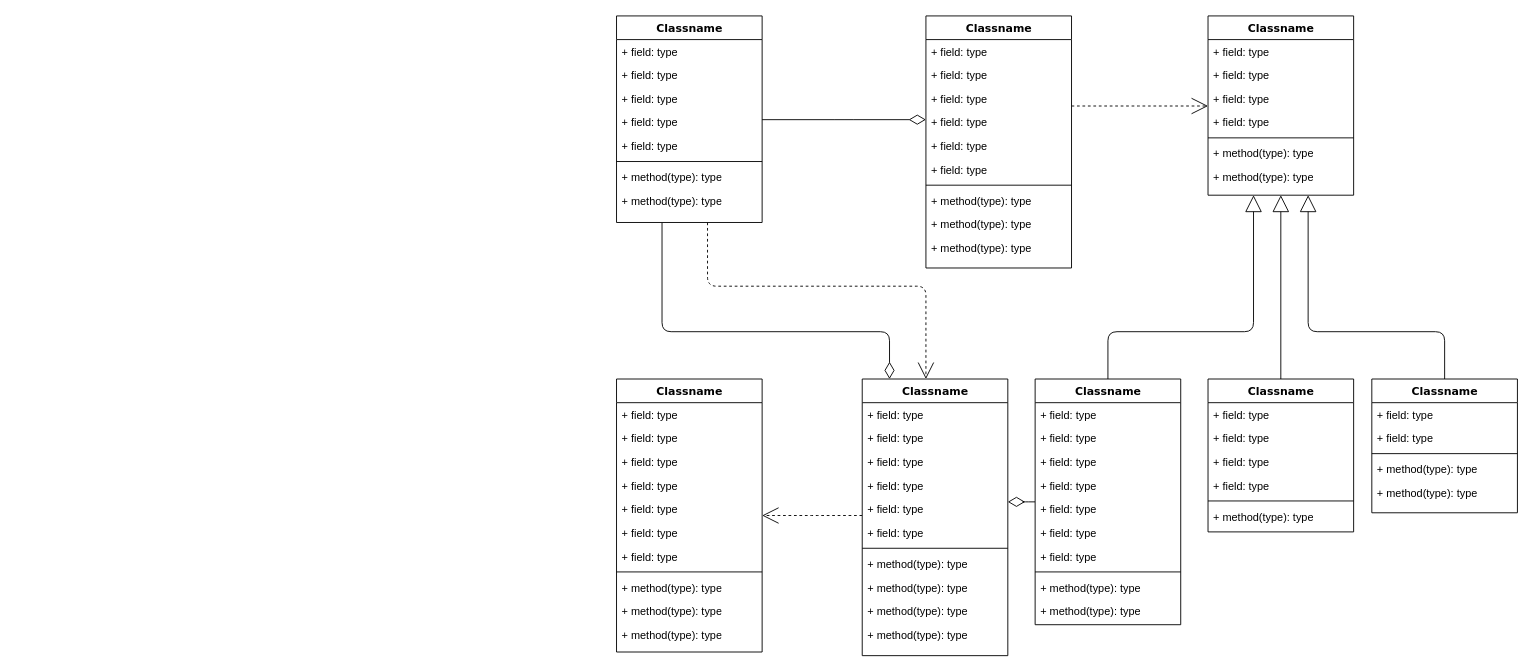
The draw.io diagram Untitled Diagram.drawio in iqbalforacc/nginap, before the edit. Source tidied: cells renumbered, new cells numbered last; positions are measured from the earlier drawing's top-left corner, leaving out a move shared by most shapes. Both pictures are drawn from the tidied source at 91%, with x=0, y=0 at pixel (616, 15).
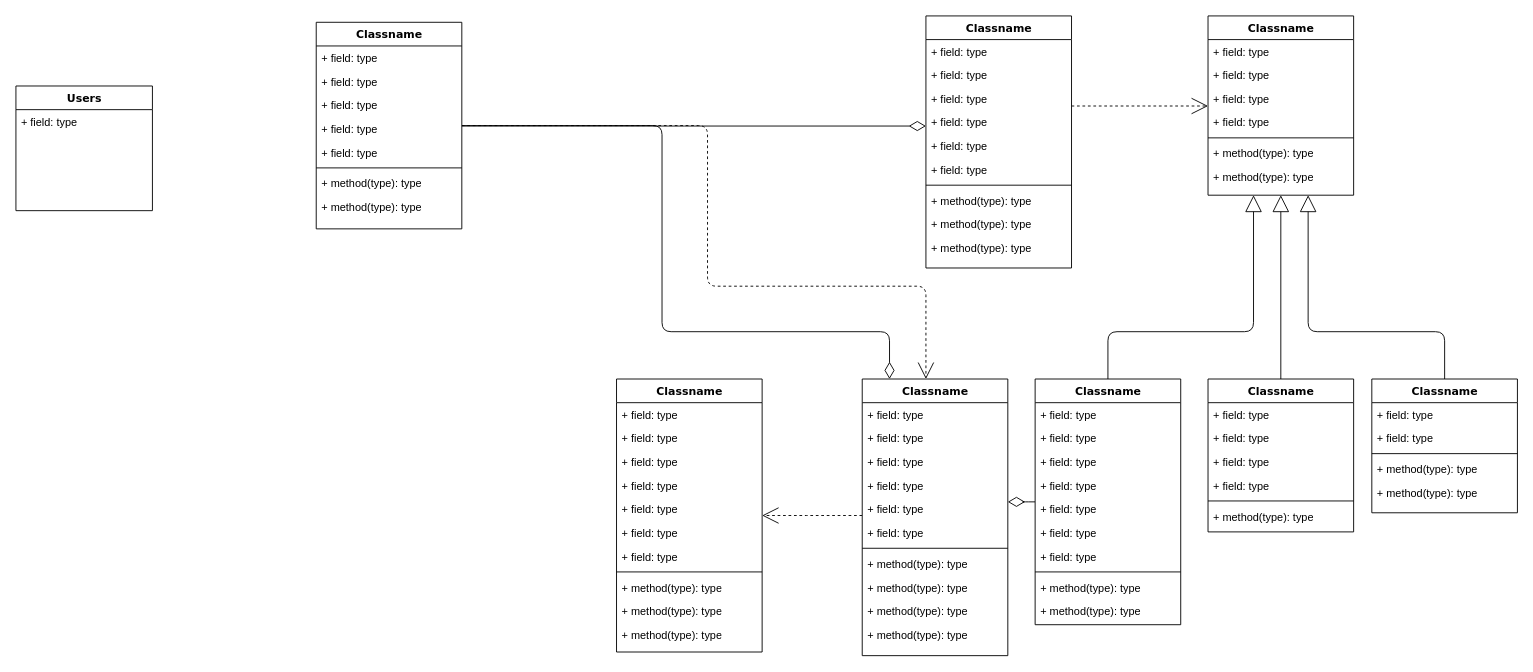
Above is the later version.

Diff of the diagram source:
```diff
@@
     <mxCell id="4" value="Classname" style="swimlane;html=1;fontStyle=1;align=center;verticalAlign=top;horizontal=1;startSize=26;swimlaneFillColor=#ffffff;rounded=0;shadow=0;comic=0;labelBackgroundColor=none;strokeWidth=1;fillColor=none;fontFamily=Verdana;fontSize=12;" parent="1" vertex="1">
-      <mxGeometry width="160" height="227" as="geometry" />
+      <mxGeometry x="-330" y="7" width="160" height="227" as="geometry" />
     </mxCell>
@@
+    <mxCell id="87" value="Users" style="swimlane;html=1;fontStyle=1;align=center;verticalAlign=top;horizontal=1;startSize=26;swimlaneFillColor=#ffffff;rounded=0;shadow=0;comic=0;labelBackgroundColor=none;strokeWidth=1;fillColor=none;fontFamily=Verdana;fontSize=12;" parent="1" vertex="1">
+      <mxGeometry x="-660" y="77" width="150" height="137" as="geometry" />
+    </mxCell>
+    <mxCell id="88" value="+ field: type" style="text;html=1;strokeColor=none;fillColor=none;align=left;verticalAlign=top;spacingLeft=4;spacingRight=4;whiteSpace=wrap;overflow=hidden;rounded=0;glass=1;" parent="87" vertex="1">
+      <mxGeometry y="26" width="150" height="26" as="geometry" />
+    </mxCell>
```
